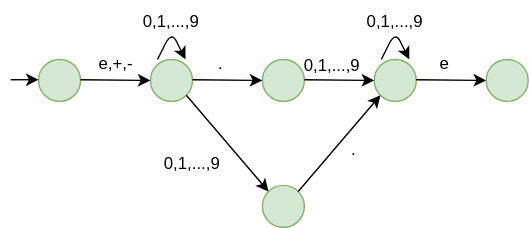
Before: Slides/Figures/floating-point.drawio.svg, a diagram exported from draw.io (michaelsoltys/IAA). Source tidied: cells renumbered, new cells last; positions are measured from the earlier drawing's top-left corner, leaving out a move shared by most shapes. Source of this version:
```xml
<mxGraphModel>
  <root>
    <mxCell id="0" />
    <mxCell id="1" parent="0" />
    <mxCell id="2" style="ellipse;whiteSpace=wrap;html=1;fontSize=8;fillColor=#d5e8d4;strokeColor=#82b366;" parent="1" vertex="1">
      <mxGeometry x="20" y="42" width="30" height="30" as="geometry" />
    </mxCell>
    <mxCell id="3" style="ellipse;whiteSpace=wrap;html=1;fontSize=8;fillColor=#d5e8d4;strokeColor=#82b366;" parent="1" vertex="1">
      <mxGeometry x="100" y="42" width="30" height="30" as="geometry" />
    </mxCell>
    <mxCell id="4" style="ellipse;whiteSpace=wrap;html=1;fontSize=8;fillColor=#d5e8d4;strokeColor=#82b366;" parent="1" vertex="1">
      <mxGeometry x="180" y="42" width="30" height="30" as="geometry" />
    </mxCell>
    <mxCell id="5" style="ellipse;whiteSpace=wrap;html=1;fontSize=8;fillColor=#d5e8d4;strokeColor=#82b366;" parent="1" vertex="1">
      <mxGeometry x="260" y="42" width="30" height="30" as="geometry" />
    </mxCell>
    <mxCell id="6" style="ellipse;whiteSpace=wrap;html=1;fontSize=8;fillColor=#d5e8d4;strokeColor=#82b366;" parent="1" vertex="1">
      <mxGeometry x="340" y="42" width="30" height="30" as="geometry" />
    </mxCell>
    <mxCell id="7" style="ellipse;whiteSpace=wrap;html=1;fontSize=8;fillColor=#d5e8d4;strokeColor=#82b366;" parent="1" vertex="1">
      <mxGeometry x="180" y="132" width="30" height="30" as="geometry" />
    </mxCell>
    <mxCell id="8" style="edgeStyle=none;orthogonalLoop=1;jettySize=auto;html=1;" parent="1" edge="1">
      <mxGeometry relative="1" as="geometry">
        <mxPoint x="30" y="92" as="sourcePoint" />
        <mxPoint x="30" y="92" as="targetPoint" />
      </mxGeometry>
    </mxCell>
    <mxCell id="9" style="edgeStyle=none;orthogonalLoop=1;jettySize=auto;html=1;" parent="1" edge="1">
      <mxGeometry relative="1" as="geometry">
        <mxPoint y="56.5" as="sourcePoint" />
        <mxPoint x="20" y="56.5" as="targetPoint" />
      </mxGeometry>
    </mxCell>
    <mxCell id="10" style="edgeStyle=none;jettySize=auto;html=1;entryX=0;entryY=0.5;entryDx=0;entryDy=0;" parent="1" edge="1" target="3">
      <mxGeometry relative="1" as="geometry">
        <mxPoint x="50" y="56.5" as="sourcePoint" />
      </mxGeometry>
    </mxCell>
    <mxCell id="11" style="edgeStyle=none;orthogonalLoop=1;jettySize=auto;html=1;entryX=0;entryY=0.5;entryDx=0;entryDy=0;" parent="1" edge="1">
      <mxGeometry relative="1" as="geometry">
        <mxPoint x="130" y="56.5" as="sourcePoint" />
        <mxPoint x="180" y="57" as="targetPoint" />
      </mxGeometry>
    </mxCell>
    <mxCell id="12" style="edgeStyle=none;orthogonalLoop=1;jettySize=auto;html=1;entryX=0;entryY=0.5;entryDx=0;entryDy=0;" parent="1" edge="1">
      <mxGeometry relative="1" as="geometry">
        <mxPoint x="210" y="56.5" as="sourcePoint" />
        <mxPoint x="260" y="57" as="targetPoint" />
      </mxGeometry>
    </mxCell>
    <mxCell id="13" style="edgeStyle=none;orthogonalLoop=1;jettySize=auto;html=1;entryX=0;entryY=0.5;entryDx=0;entryDy=0;" parent="1" edge="1">
      <mxGeometry relative="1" as="geometry">
        <mxPoint x="290" y="56.5" as="sourcePoint" />
        <mxPoint x="340" y="57" as="targetPoint" />
      </mxGeometry>
    </mxCell>
    <mxCell id="14" style="edgeStyle=none;jettySize=auto;html=1;exitX=1;exitY=1;exitDx=0;exitDy=0;entryX=0;entryY=0;entryDx=0;entryDy=0;" parent="1" edge="1" source="3" target="7">
      <mxGeometry relative="1" as="geometry" />
    </mxCell>
    <mxCell id="15" style="edgeStyle=none;jettySize=auto;html=1;exitX=1;exitY=0;exitDx=0;exitDy=0;entryX=0;entryY=1;entryDx=0;entryDy=0;" parent="1" edge="1" source="7" target="5">
      <mxGeometry relative="1" as="geometry" />
    </mxCell>
    <mxCell id="16" value="0,1,...,9" style="text;strokeColor=none;align=center;fillColor=none;html=1;verticalAlign=middle;whiteSpace=wrap;rounded=0;" parent="1" vertex="1">
      <mxGeometry x="200" y="32" width="60" height="30" as="geometry" />
    </mxCell>
    <mxCell id="17" value="0,1,...,9" style="text;strokeColor=none;align=center;fillColor=none;html=1;verticalAlign=middle;whiteSpace=wrap;rounded=0;" parent="1" vertex="1">
      <mxGeometry x="100" y="102" width="60" height="30" as="geometry" />
    </mxCell>
    <mxCell id="18" value="0,1,...,9" style="text;strokeColor=none;align=center;fillColor=none;html=1;verticalAlign=middle;whiteSpace=wrap;rounded=0;" parent="1" vertex="1">
      <mxGeometry x="245" width="60" height="30" as="geometry" />
    </mxCell>
    <mxCell id="19" value="0,1,...,9" style="text;strokeColor=none;align=center;fillColor=none;html=1;verticalAlign=middle;whiteSpace=wrap;rounded=0;" parent="1" vertex="1">
      <mxGeometry x="85" width="60" height="30" as="geometry" />
    </mxCell>
    <mxCell id="20" value="e,+,-" style="text;html=1;align=center;verticalAlign=middle;strokeColor=none;fillColor=none;" parent="1" vertex="1">
      <mxGeometry x="50" y="30" width="50" height="30" as="geometry" />
    </mxCell>
    <mxCell id="21" value="." style="text;html=1;align=center;verticalAlign=middle;strokeColor=none;fillColor=none;" parent="1" vertex="1">
      <mxGeometry x="135" y="30" width="30" height="30" as="geometry" />
    </mxCell>
    <mxCell id="22" value="." style="text;html=1;align=center;verticalAlign=middle;strokeColor=none;fillColor=none;" parent="1" vertex="1">
      <mxGeometry x="230" y="92" width="30" height="30" as="geometry" />
    </mxCell>
    <mxCell id="23" value="e" style="text;html=1;align=center;verticalAlign=middle;strokeColor=none;fillColor=none;" parent="1" vertex="1">
      <mxGeometry x="295" y="30" width="30" height="30" as="geometry" />
    </mxCell>
    <mxCell id="24" style="edgeStyle=none;orthogonalLoop=1;jettySize=auto;html=1;" parent="1" edge="1">
      <mxGeometry relative="1" as="geometry">
        <mxPoint x="105" y="42" as="sourcePoint" />
        <mxPoint x="125" y="42" as="targetPoint" />
        <Array as="points">
          <mxPoint x="115" y="22" />
        </Array>
      </mxGeometry>
    </mxCell>
    <mxCell id="25" style="edgeStyle=none;orthogonalLoop=1;jettySize=auto;html=1;" parent="1" edge="1">
      <mxGeometry relative="1" as="geometry">
        <mxPoint x="265" y="42" as="sourcePoint" />
        <mxPoint x="285" y="42" as="targetPoint" />
        <Array as="points">
          <mxPoint x="275" y="22" />
        </Array>
      </mxGeometry>
    </mxCell>
  </root>
</mxGraphModel>
```
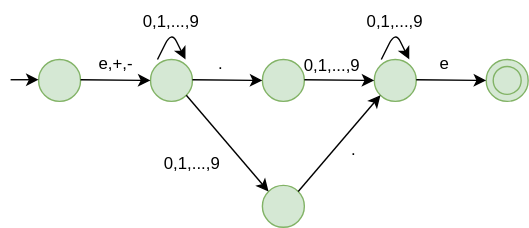
After the change.

Commit message:
Update slides for Section 9.3.2: Enhance explanations of NFAs and ε-transitions; add new stable marriage diagram

Change to the diagram source:
```diff
@@ -103,5 +103,8 @@
         </Array>
       </mxGeometry>
     </mxCell>
+    <mxCell id="26" style="ellipse;whiteSpace=wrap;html=1;fontSize=8;fillColor=#d5e8d4;strokeColor=#82b366;" parent="1" vertex="1">
+      <mxGeometry x="345" y="47" width="20" height="20" as="geometry" />
+    </mxCell>
   </root>
 </mxGraphModel>
```
